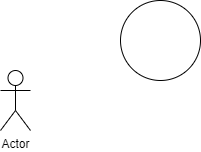
MoritMorit/psp-pro4 keeps this draw.io diagram as commu.drawio.png. Above is the earlier version. Source tidied: cells renumbered, new cells last; positions are measured from the earlier drawing's top-left corner, leaving out a move shared by most shapes.
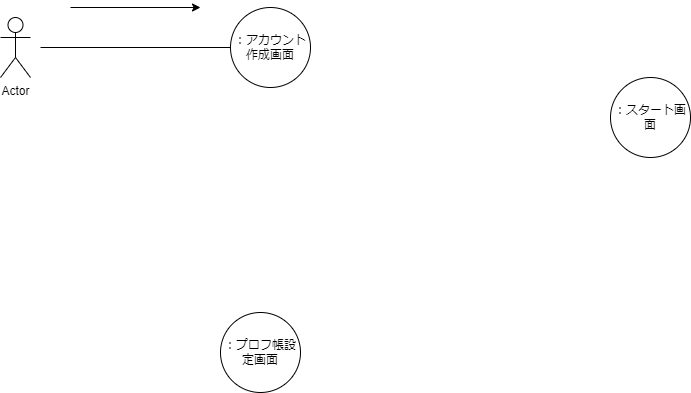
Later version of the same file.

Change to the diagram source:
```diff
@@ -5,8 +5,25 @@
     <mxCell id="2" value="Actor" style="shape=umlActor;verticalLabelPosition=bottom;verticalAlign=top;html=1;" parent="1" vertex="1">
       <mxGeometry y="70" width="30" height="60" as="geometry" />
     </mxCell>
-    <mxCell id="3" style="ellipse;whiteSpace=wrap;html=1;" parent="1" vertex="1">
-      <mxGeometry x="120" width="80" height="80" as="geometry" />
+    <mxCell id="3" value="：アカウント作成画面" style="ellipse;whiteSpace=wrap;html=1;" parent="1" vertex="1">
+      <mxGeometry x="230" y="60" width="80" height="80" as="geometry" />
     </mxCell>
+    <mxCell id="4" value="：プロフ帳設定画面" style="ellipse;whiteSpace=wrap;html=1;" parent="1" vertex="1">
+      <mxGeometry x="220" y="365" width="80" height="80" as="geometry" />
+    </mxCell>
+    <mxCell id="5" value="：スタート画面" style="ellipse;whiteSpace=wrap;html=1;" parent="1" vertex="1">
+      <mxGeometry x="610" y="130" width="80" height="80" as="geometry" />
+    </mxCell>
+    <mxCell id="6" style="endArrow=none;html=1;entryX=0;entryY=0.5;entryDx=0;entryDy=0;" parent="1" edge="1" target="3">
+      <mxGeometry relative="1" as="geometry">
+        <mxPoint x="40" y="100" as="sourcePoint" />
+      </mxGeometry>
+    </mxCell>
+    <mxCell id="7" style="endArrow=classic;html=1;" parent="1" edge="1">
+      <mxGeometry relative="1" as="geometry">
+        <mxPoint x="70" y="60" as="sourcePoint" />
+        <mxPoint x="200" y="60" as="targetPoint" />
+      </mxGeometry>
+    </mxCell>
   </root>
 </mxGraphModel>
```
